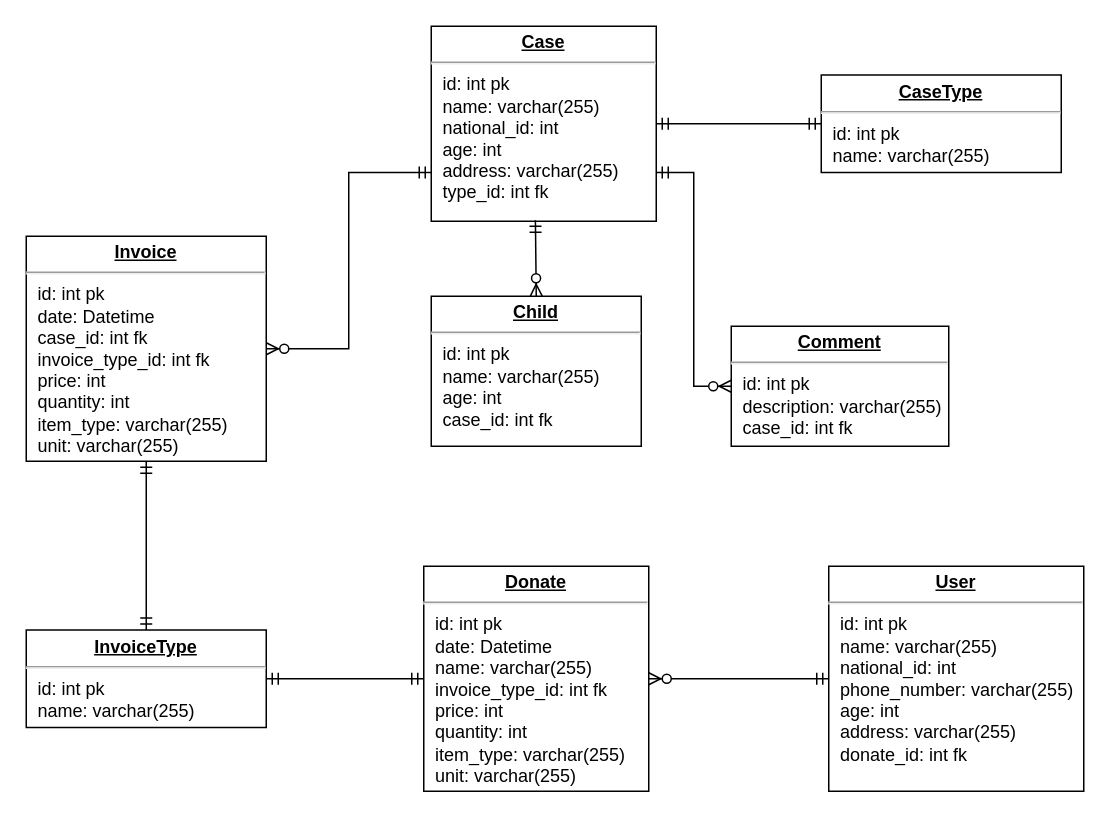
This is database.drawio from MuhammadTarek10/charity-app, a draw.io file, before an edit. Source tidied: cells renumbered, new cells numbered last; positions are measured from the earlier drawing's top-left corner, leaving out a move shared by most shapes. Both pictures are drawn from the tidied source at 150%, with x=0, y=0 at pixel (26, 26).
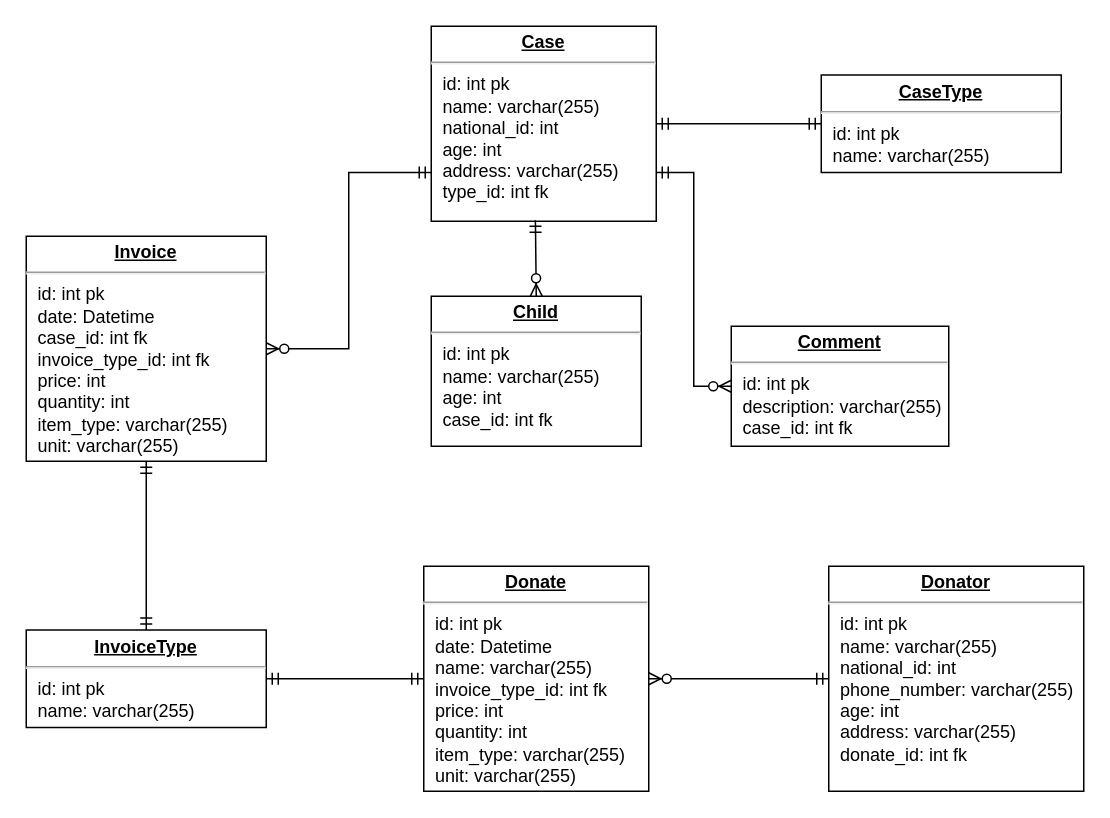
After the change.

Change to the diagram source:
```diff
@@
 <mxGraphModel>
   <root>
     <mxCell id="0" />
     <mxCell id="1" parent="0" />
     <mxCell id="2" value="&lt;p style=&quot;margin: 0px ; margin-top: 4px ; text-align: center ; text-decoration: underline&quot;&gt;&lt;b&gt;Case&lt;/b&gt;&lt;/p&gt;&lt;hr&gt;&lt;p style=&quot;margin: 0px ; margin-left: 8px&quot;&gt;id: int pk&lt;/p&gt;&lt;p style=&quot;margin: 0px ; margin-left: 8px&quot;&gt;name: varchar(255)&lt;/p&gt;&lt;p style=&quot;margin: 0px ; margin-left: 8px&quot;&gt;national_id: int&lt;/p&gt;&lt;p style=&quot;margin: 0px ; margin-left: 8px&quot;&gt;age: int&lt;/p&gt;&lt;p style=&quot;margin: 0px ; margin-left: 8px&quot;&gt;address: varchar(255)&lt;/p&gt;&lt;p style=&quot;margin: 0px ; margin-left: 8px&quot;&gt;type_id: int fk&lt;/p&gt;" style="verticalAlign=top;align=left;overflow=fill;fontSize=12;fontFamily=Helvetica;html=1;rounded=0;shadow=0;comic=0;labelBackgroundColor=none;strokeWidth=1;" parent="1" vertex="1">
       <mxGeometry x="270" width="150" height="130" as="geometry" />
     </mxCell>
     <mxCell id="3" value="&lt;p style=&quot;margin: 0px ; margin-top: 4px ; text-align: center ; text-decoration: underline&quot;&gt;&lt;b&gt;Child&lt;/b&gt;&lt;/p&gt;&lt;hr&gt;&lt;p style=&quot;margin: 0px ; margin-left: 8px&quot;&gt;id: int pk&lt;/p&gt;&lt;p style=&quot;margin: 0px ; margin-left: 8px&quot;&gt;name: varchar(255)&lt;/p&gt;&lt;p style=&quot;margin: 0px ; margin-left: 8px&quot;&gt;age: int&lt;/p&gt;&lt;p style=&quot;margin: 0px ; margin-left: 8px&quot;&gt;case_id: int fk&lt;/p&gt;" style="verticalAlign=top;align=left;overflow=fill;fontSize=12;fontFamily=Helvetica;html=1;rounded=0;shadow=0;comic=0;labelBackgroundColor=none;strokeWidth=1;" parent="1" vertex="1">
       <mxGeometry x="270" y="180" width="140" height="100" as="geometry" />
     </mxCell>
     <mxCell id="4" value="&lt;p style=&quot;margin: 0px ; margin-top: 4px ; text-align: center ; text-decoration: underline&quot;&gt;&lt;b&gt;Comment&lt;/b&gt;&lt;/p&gt;&lt;hr&gt;&lt;p style=&quot;margin: 0px ; margin-left: 8px&quot;&gt;id: int pk&lt;/p&gt;&lt;p style=&quot;margin: 0px ; margin-left: 8px&quot;&gt;description: varchar(255)&lt;/p&gt;&lt;p style=&quot;margin: 0px ; margin-left: 8px&quot;&gt;case_id: int fk&lt;/p&gt;" style="verticalAlign=top;align=left;overflow=fill;fontSize=12;fontFamily=Helvetica;html=1;rounded=0;shadow=0;comic=0;labelBackgroundColor=none;strokeWidth=1;" parent="1" vertex="1">
       <mxGeometry x="470" y="200" width="145" height="80" as="geometry" />
     </mxCell>
     <mxCell id="5" value="&lt;p style=&quot;margin: 0px ; margin-top: 4px ; text-align: center ; text-decoration: underline&quot;&gt;&lt;b&gt;CaseType&lt;/b&gt;&lt;/p&gt;&lt;hr&gt;&lt;p style=&quot;margin: 0px ; margin-left: 8px&quot;&gt;id: int pk&lt;/p&gt;&lt;p style=&quot;margin: 0px ; margin-left: 8px&quot;&gt;name: varchar(255)&lt;/p&gt;" style="verticalAlign=top;align=left;overflow=fill;fontSize=12;fontFamily=Helvetica;html=1;rounded=0;shadow=0;comic=0;labelBackgroundColor=none;strokeWidth=1;" parent="1" vertex="1">
       <mxGeometry x="530" y="32.5" width="160" height="65" as="geometry" />
     </mxCell>
     <mxCell id="6" style="fontSize=12;html=1;endArrow=ERmandOne;startArrow=ERmandOne;rounded=0;entryX=1;entryY=0.5;entryDx=0;entryDy=0;exitX=0;exitY=0.5;exitDx=0;exitDy=0;" parent="1" edge="1" source="5" target="2">
       <mxGeometry relative="1" as="geometry" />
     </mxCell>
     <mxCell id="7" style="fontSize=12;html=1;endArrow=ERzeroToMany;startArrow=ERmandOne;rounded=0;exitX=0.463;exitY=0.995;exitDx=0;exitDy=0;entryX=0.5;entryY=0;entryDx=0;entryDy=0;exitPerimeter=0;" parent="1" edge="1" source="2" target="3">
       <mxGeometry relative="1" as="geometry" />
     </mxCell>
     <mxCell id="8" style="fontSize=12;html=1;endArrow=ERzeroToMany;startArrow=ERmandOne;rounded=0;exitX=1;exitY=0.75;exitDx=0;exitDy=0;entryX=0;entryY=0.5;entryDx=0;entryDy=0;edgeStyle=orthogonalEdgeStyle;" parent="1" edge="1" source="2" target="4">
       <mxGeometry relative="1" as="geometry" />
     </mxCell>
     <mxCell id="9" value="&lt;p style=&quot;margin: 0px ; margin-top: 4px ; text-align: center ; text-decoration: underline&quot;&gt;&lt;b&gt;Invoice&lt;/b&gt;&lt;/p&gt;&lt;hr&gt;&lt;p style=&quot;margin: 0px ; margin-left: 8px&quot;&gt;id: int pk&lt;/p&gt;&lt;p style=&quot;margin: 0px ; margin-left: 8px&quot;&gt;date: Datetime&lt;/p&gt;&lt;p style=&quot;margin: 0px ; margin-left: 8px&quot;&gt;case_id: int fk&lt;/p&gt;&lt;p style=&quot;margin: 0px ; margin-left: 8px&quot;&gt;invoice_type_id: int fk&lt;/p&gt;&lt;p style=&quot;margin: 0px ; margin-left: 8px&quot;&gt;price: int&lt;/p&gt;&lt;p style=&quot;margin: 0px ; margin-left: 8px&quot;&gt;quantity: int&lt;/p&gt;&lt;p style=&quot;margin: 0px ; margin-left: 8px&quot;&gt;item_type: varchar(255)&lt;/p&gt;&lt;p style=&quot;margin: 0px ; margin-left: 8px&quot;&gt;unit: varchar(255)&lt;/p&gt;" style="verticalAlign=top;align=left;overflow=fill;fontSize=12;fontFamily=Helvetica;html=1;rounded=0;shadow=0;comic=0;labelBackgroundColor=none;strokeWidth=1;" parent="1" vertex="1">
       <mxGeometry y="140" width="160" height="150" as="geometry" />
     </mxCell>
     <mxCell id="10" style="fontSize=12;html=1;endArrow=ERzeroToMany;startArrow=ERmandOne;rounded=0;exitX=0;exitY=0.75;exitDx=0;exitDy=0;entryX=1;entryY=0.5;entryDx=0;entryDy=0;edgeStyle=orthogonalEdgeStyle;" parent="1" edge="1" source="2" target="9">
       <mxGeometry relative="1" as="geometry" />
     </mxCell>
     <mxCell id="11" value="&lt;p style=&quot;margin: 0px ; margin-top: 4px ; text-align: center ; text-decoration: underline&quot;&gt;&lt;b&gt;Donate&lt;/b&gt;&lt;/p&gt;&lt;hr&gt;&lt;p style=&quot;margin: 0px ; margin-left: 8px&quot;&gt;id: int pk&lt;/p&gt;&lt;p style=&quot;margin: 0px ; margin-left: 8px&quot;&gt;date: Datetime&lt;/p&gt;&lt;p style=&quot;margin: 0px ; margin-left: 8px&quot;&gt;name: varchar(255)&lt;/p&gt;&lt;p style=&quot;margin: 0px ; margin-left: 8px&quot;&gt;invoice_type_id: int fk&lt;/p&gt;&lt;p style=&quot;margin: 0px ; margin-left: 8px&quot;&gt;price: int&lt;/p&gt;&lt;p style=&quot;margin: 0px ; margin-left: 8px&quot;&gt;quantity: int&lt;/p&gt;&lt;p style=&quot;margin: 0px ; margin-left: 8px&quot;&gt;item_type: varchar(255)&lt;/p&gt;&lt;p style=&quot;margin: 0px ; margin-left: 8px&quot;&gt;unit: varchar(255)&lt;/p&gt;" style="verticalAlign=top;align=left;overflow=fill;fontSize=12;fontFamily=Helvetica;html=1;rounded=0;shadow=0;comic=0;labelBackgroundColor=none;strokeWidth=1;direction=west;" parent="1" vertex="1">
       <mxGeometry x="265" y="360" width="150" height="150" as="geometry" />
     </mxCell>
     <mxCell id="12" value="&lt;p style=&quot;margin: 0px ; margin-top: 4px ; text-align: center ; text-decoration: underline&quot;&gt;&lt;b&gt;InvoiceType&lt;/b&gt;&lt;/p&gt;&lt;hr&gt;&lt;p style=&quot;margin: 0px ; margin-left: 8px&quot;&gt;id: int pk&lt;/p&gt;&lt;p style=&quot;margin: 0px ; margin-left: 8px&quot;&gt;name: varchar(255)&lt;/p&gt;" style="verticalAlign=top;align=left;overflow=fill;fontSize=12;fontFamily=Helvetica;html=1;rounded=0;shadow=0;comic=0;labelBackgroundColor=none;strokeWidth=1;" parent="1" vertex="1">
       <mxGeometry y="402.5" width="160" height="65" as="geometry" />
     </mxCell>
     <mxCell id="13" style="fontSize=12;html=1;endArrow=ERmandOne;startArrow=ERmandOne;rounded=0;exitX=1;exitY=0.5;exitDx=0;exitDy=0;" parent="1" edge="1" source="11" target="12">
       <mxGeometry relative="1" as="geometry" />
     </mxCell>
     <mxCell id="14" style="fontSize=12;html=1;endArrow=ERmandOne;startArrow=ERmandOne;rounded=0;exitX=0.5;exitY=0;exitDx=0;exitDy=0;entryX=0.5;entryY=1;entryDx=0;entryDy=0;" parent="1" edge="1" source="12" target="9">
       <mxGeometry relative="1" as="geometry" />
     </mxCell>
-    <mxCell id="15" value="&lt;p style=&quot;margin: 0px ; margin-top: 4px ; text-align: center ; text-decoration: underline&quot;&gt;&lt;b&gt;User&lt;/b&gt;&lt;/p&gt;&lt;hr&gt;&lt;p style=&quot;margin: 0px ; margin-left: 8px&quot;&gt;id: int pk&lt;/p&gt;&lt;p style=&quot;margin: 0px ; margin-left: 8px&quot;&gt;name: varchar(255)&lt;/p&gt;&lt;p style=&quot;margin: 0px ; margin-left: 8px&quot;&gt;national_id: int&lt;/p&gt;&lt;p style=&quot;margin: 0px ; margin-left: 8px&quot;&gt;phone_number: varchar(255)&lt;/p&gt;&lt;p style=&quot;margin: 0px ; margin-left: 8px&quot;&gt;age: int&lt;/p&gt;&lt;p style=&quot;margin: 0px ; margin-left: 8px&quot;&gt;address: varchar(255)&lt;/p&gt;&lt;p style=&quot;margin: 0px ; margin-left: 8px&quot;&gt;donate_id: int fk&lt;/p&gt;" style="verticalAlign=top;align=left;overflow=fill;fontSize=12;fontFamily=Helvetica;html=1;rounded=0;shadow=0;comic=0;labelBackgroundColor=none;strokeWidth=1;" parent="1" vertex="1">
+    <mxCell id="15" value="&lt;p style=&quot;margin: 0px ; margin-top: 4px ; text-align: center ; text-decoration: underline&quot;&gt;&lt;b&gt;Donator&lt;/b&gt;&lt;/p&gt;&lt;hr&gt;&lt;p style=&quot;margin: 0px ; margin-left: 8px&quot;&gt;id: int pk&lt;/p&gt;&lt;p style=&quot;margin: 0px ; margin-left: 8px&quot;&gt;name: varchar(255)&lt;/p&gt;&lt;p style=&quot;margin: 0px ; margin-left: 8px&quot;&gt;national_id: int&lt;/p&gt;&lt;p style=&quot;margin: 0px ; margin-left: 8px&quot;&gt;phone_number: varchar(255)&lt;/p&gt;&lt;p style=&quot;margin: 0px ; margin-left: 8px&quot;&gt;age: int&lt;/p&gt;&lt;p style=&quot;margin: 0px ; margin-left: 8px&quot;&gt;address: varchar(255)&lt;/p&gt;&lt;p style=&quot;margin: 0px ; margin-left: 8px&quot;&gt;donate_id: int fk&lt;/p&gt;" style="verticalAlign=top;align=left;overflow=fill;fontSize=12;fontFamily=Helvetica;html=1;rounded=0;shadow=0;comic=0;labelBackgroundColor=none;strokeWidth=1;" parent="1" vertex="1">
       <mxGeometry x="535" y="360" width="170" height="150" as="geometry" />
     </mxCell>
     <mxCell id="16" style="fontSize=12;html=1;endArrow=ERzeroToMany;startArrow=ERmandOne;rounded=0;exitX=0;exitY=0.5;exitDx=0;exitDy=0;entryX=0;entryY=0.5;entryDx=0;entryDy=0;" parent="1" edge="1" source="15" target="11">
       <mxGeometry relative="1" as="geometry" />
     </mxCell>
   </root>
 </mxGraphModel>
```
